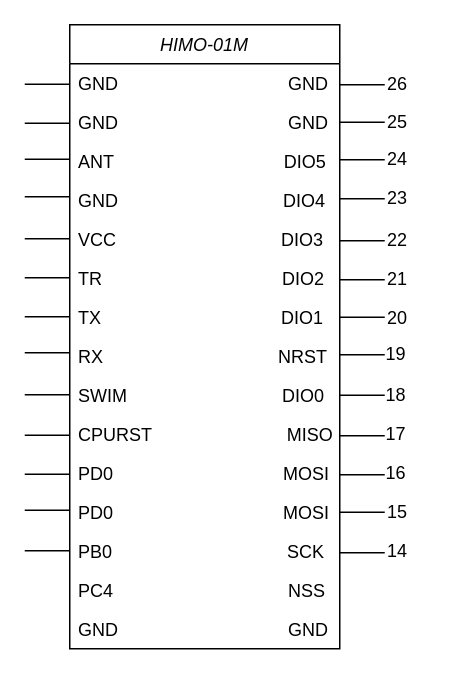
Before: Untitled Diagram.drawio in FrauMauz/diagrams, a draw.io diagram. Source tidied: cells renumbered, new cells numbered last; positions are measured from the earlier drawing's top-left corner, leaving out a move shared by most shapes. Both pictures are drawn from the tidied source at 150%, with x=0, y=0 at pixel (24, 24).
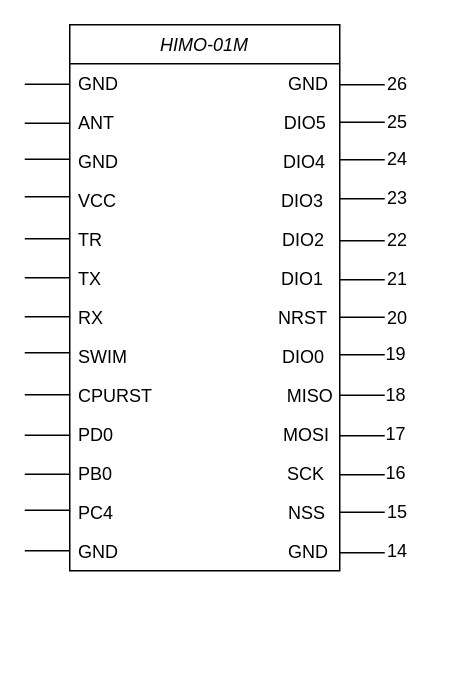
Above is the later version.

The edit, as a diff of the source:
```diff
@@
     <mxCell id="2" value="HIMO-01M" style="swimlane;fontStyle=2;align=center;verticalAlign=top;horizontal=1;startSize=26;rounded=0;shadow=0;strokeWidth=1;" parent="1" vertex="1">
-      <mxGeometry x="30" width="180" height="416" as="geometry" />
+      <mxGeometry x="30" width="180" height="364" as="geometry" />
     </mxCell>
-    <mxCell id="3" value="GND                                  GND" style="text;align=left;verticalAlign=top;spacingLeft=4;spacingRight=4;overflow=hidden;" parent="2" vertex="1">
-      <mxGeometry y="26" width="180" height="26" as="geometry" />
-    </mxCell>
     <mxCell id="4" value="GND                                  GND" style="text;align=left;verticalAlign=top;spacingLeft=4;spacingRight=4;overflow=hidden;" parent="2" vertex="1">
-      <mxGeometry y="52" width="180" height="26" as="geometry" />
+      <mxGeometry y="26" width="180" height="26" as="geometry" />
     </mxCell>
     <mxCell id="5" value="ANT                                  DIO5" style="text;align=left;verticalAlign=top;spacingLeft=4;spacingRight=4;overflow=hidden;rounded=0;shadow=0;html=0;" parent="2" vertex="1">
-      <mxGeometry y="78" width="180" height="26" as="geometry" />
+      <mxGeometry y="52" width="180" height="26" as="geometry" />
     </mxCell>
     <mxCell id="6" value="GND                                 DIO4" style="text;align=left;verticalAlign=top;spacingLeft=4;spacingRight=4;overflow=hidden;" parent="2" vertex="1">
-      <mxGeometry y="104" width="180" height="26" as="geometry" />
+      <mxGeometry y="78" width="180" height="26" as="geometry" />
     </mxCell>
     <mxCell id="7" value="VCC                                 DIO3" style="text;align=left;verticalAlign=top;spacingLeft=4;spacingRight=4;overflow=hidden;rounded=0;shadow=0;html=0;" parent="2" vertex="1">
-      <mxGeometry y="130" width="180" height="26" as="geometry" />
+      <mxGeometry y="104" width="180" height="26" as="geometry" />
     </mxCell>
     <mxCell id="8" value="TR                                    DIO2" style="text;align=left;verticalAlign=top;spacingLeft=4;spacingRight=4;overflow=hidden;" parent="2" vertex="1">
-      <mxGeometry y="156" width="180" height="26" as="geometry" />
+      <mxGeometry y="130" width="180" height="26" as="geometry" />
     </mxCell>
     <mxCell id="9" value="TX                                    DIO1" style="text;align=left;verticalAlign=top;spacingLeft=4;spacingRight=4;overflow=hidden;" parent="2" vertex="1">
-      <mxGeometry y="182" width="180" height="26" as="geometry" />
+      <mxGeometry y="156" width="180" height="26" as="geometry" />
     </mxCell>
     <mxCell id="10" value="RX                                   NRST" style="text;align=left;verticalAlign=top;spacingLeft=4;spacingRight=4;overflow=hidden;" parent="2" vertex="1">
-      <mxGeometry y="208" width="180" height="26" as="geometry" />
+      <mxGeometry y="182" width="180" height="26" as="geometry" />
     </mxCell>
     <mxCell id="11" value="SWIM                               DIO0" style="text;align=left;verticalAlign=top;spacingLeft=4;spacingRight=4;overflow=hidden;" parent="2" vertex="1">
-      <mxGeometry y="234" width="180" height="26" as="geometry" />
+      <mxGeometry y="208" width="180" height="26" as="geometry" />
     </mxCell>
     <mxCell id="12" value="CPURST                           MISO" style="text;align=left;verticalAlign=top;spacingLeft=4;spacingRight=4;overflow=hidden;" parent="2" vertex="1">
-      <mxGeometry y="260" width="180" height="26" as="geometry" />
+      <mxGeometry y="234" width="180" height="26" as="geometry" />
     </mxCell>
     <mxCell id="13" value="PD0                                  MOSI" style="text;align=left;verticalAlign=top;spacingLeft=4;spacingRight=4;overflow=hidden;" parent="2" vertex="1">
-      <mxGeometry y="286" width="180" height="26" as="geometry" />
+      <mxGeometry y="260" width="180" height="26" as="geometry" />
     </mxCell>
-    <mxCell id="14" value="PD0                                  MOSI" style="text;align=left;verticalAlign=top;spacingLeft=4;spacingRight=4;overflow=hidden;" parent="2" vertex="1">
-      <mxGeometry y="312" width="180" height="26" as="geometry" />
-    </mxCell>
     <mxCell id="15" value="PB0                                   SCK" style="text;align=left;verticalAlign=top;spacingLeft=4;spacingRight=4;overflow=hidden;" parent="2" vertex="1">
-      <mxGeometry y="338" width="180" height="26" as="geometry" />
+      <mxGeometry y="286" width="180" height="26" as="geometry" />
     </mxCell>
     <mxCell id="16" value="PC4                                   NSS" style="text;align=left;verticalAlign=top;spacingLeft=4;spacingRight=4;overflow=hidden;" parent="2" vertex="1">
-      <mxGeometry y="364" width="180" height="26" as="geometry" />
+      <mxGeometry y="312" width="180" height="26" as="geometry" />
     </mxCell>
     <mxCell id="17" value="GND                                  GND" style="text;align=left;verticalAlign=top;spacingLeft=4;spacingRight=4;overflow=hidden;" parent="2" vertex="1">
-      <mxGeometry y="390" width="180" height="26" as="geometry" />
+      <mxGeometry y="338" width="180" height="26" as="geometry" />
     </mxCell>
```
